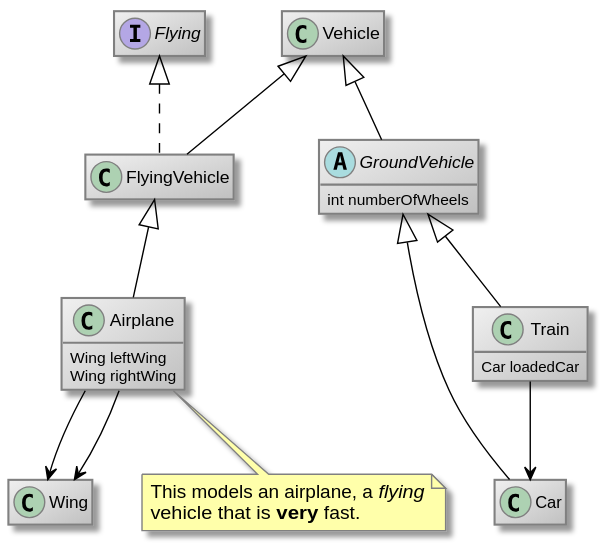
comsysto/livingdoc keeps this PlantUML diagram as doc/images/package_class.svg. Above is the earlier version.
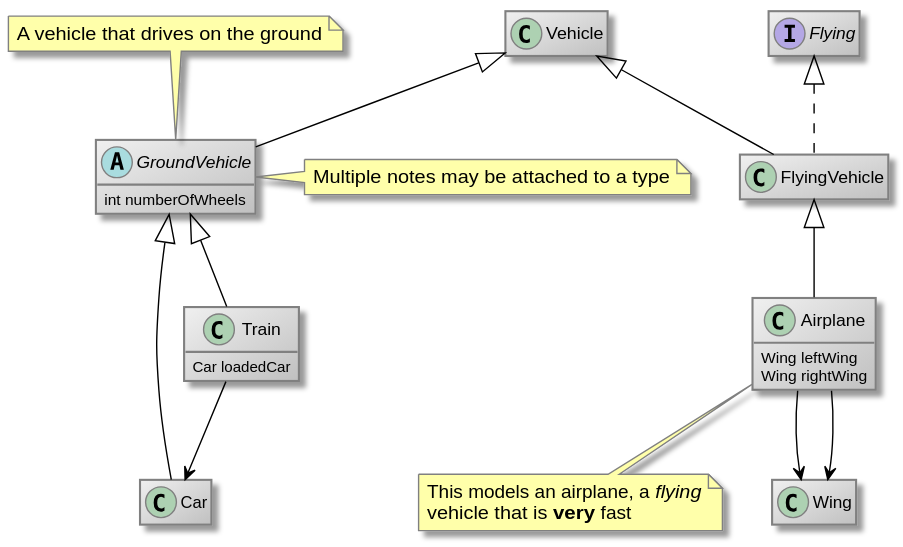
After the commit.

Change to the diagram source:
```diff
@@ -15,13 +15,7 @@
 skinParam noteBackgroundColor #FFFFAA
 skinParam noteBorderColor gray
 hide empty members
-class Wing
-
-abstract class GroundVehicle {
-    int numberOfWheels
-
-}
-
+interface Flying
 
 class Airplane {
     Wing leftWing
@@ -31,25 +25,39 @@
 
 note bottom of Airplane
 This models an airplane, a //flying//
-vehicle that is **very** fast.
+vehicle that is **very** fast
 end note
 
+class Vehicle
+
+abstract class GroundVehicle {
+    int numberOfWheels
+
+}
+
+note top of GroundVehicle
+A vehicle that drives on the ground
+end note
+
+note right of GroundVehicle
+Multiple notes may be attached to a type
+end note
+
+class FlyingVehicle
 class Car
-interface Flying
-class FlyingVehicle
 
 class Train {
     Car loadedCar
 
 }
 
-class Vehicle
+class Wing
 
+FlyingVehicle <|-- Airplane
 Vehicle <|-- GroundVehicle
-FlyingVehicle <|-- Airplane
-GroundVehicle <|-- Car
 Vehicle <|-- FlyingVehicle
 Flying <|.. FlyingVehicle
+GroundVehicle <|-- Car
 GroundVehicle <|-- Train
 
 Airplane --> Wing
```
